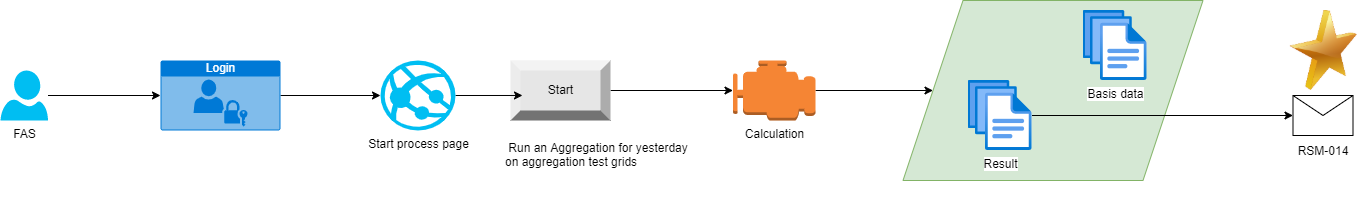
Earlier version of the draw.io export docs/RSM-014-roadmap.drawio.png (Energinet-DataHub/ARCHIVED-geh-aggregations). Source tidied: cells renumbered, new cells last; positions are measured from the earlier drawing's top-left corner, leaving out a move shared by most shapes. Its diagram source:
```xml
<mxGraphModel>
  <root>
    <mxCell id="0" />
    <mxCell id="1" parent="0" />
    <mxCell id="2" style="edgeStyle=orthogonalEdgeStyle;rounded=0;jettySize=auto;html=1;entryX=0;entryY=0.5;entryDx=0;entryDy=0;entryPerimeter=0;" parent="1" edge="1" source="3" target="6">
      <mxGeometry relative="1" as="geometry" />
    </mxCell>
    <mxCell id="3" value="Start" style="labelPosition=center;verticalLabelPosition=middle;align=center;html=1;shape=mxgraph.basic.shaded_button;dx=10;fillColor=#E6E6E6;strokeColor=none;" parent="1" vertex="1">
      <mxGeometry x="510" y="60" width="100" height="60" as="geometry" />
    </mxCell>
    <mxCell id="4" value="&lt;h1&gt;&lt;br&gt;&lt;/h1&gt;&lt;p&gt;&amp;nbsp;Run an Aggregation for yesterday on aggregation test grids&lt;/p&gt;" style="text;html=1;strokeColor=none;fillColor=none;spacing=5;spacingTop=-20;whiteSpace=wrap;overflow=hidden;rounded=0;" parent="1" vertex="1">
      <mxGeometry x="500" y="90" width="200" height="120" as="geometry" />
    </mxCell>
    <mxCell id="5" style="edgeStyle=orthogonalEdgeStyle;rounded=0;jettySize=auto;html=1;exitX=1;exitY=0.5;exitDx=0;exitDy=0;exitPerimeter=0;entryX=0;entryY=0.5;entryDx=0;entryDy=0;" parent="1" edge="1" source="6" target="8">
      <mxGeometry relative="1" as="geometry" />
    </mxCell>
    <mxCell id="6" value="Calculation" style="outlineConnect=0;dashed=0;verticalLabelPosition=bottom;verticalAlign=top;align=center;html=1;shape=mxgraph.aws3.emr_engine;fillColor=#F58534;gradientColor=none;" parent="1" vertex="1">
      <mxGeometry x="732.5" y="60" width="82.5" height="60" as="geometry" />
    </mxCell>
    <mxCell id="7" value="&lt;br&gt;&lt;br&gt;&lt;br&gt;&lt;br&gt;&lt;br&gt;RSM-014" style="shape=message;html=1;whiteSpace=wrap;html=1;outlineConnect=0;" parent="1" vertex="1">
      <mxGeometry x="1292.5" y="95" width="60" height="40" as="geometry" />
    </mxCell>
    <mxCell id="8" style="shape=parallelogram;perimeter=parallelogramPerimeter;whiteSpace=wrap;html=1;dashed=0;fillColor=#d5e8d4;strokeColor=#82b366;sketch=0;" parent="1" vertex="1">
      <mxGeometry x="902.5" width="300" height="180" as="geometry" />
    </mxCell>
    <mxCell id="9" style="edgeStyle=orthogonalEdgeStyle;rounded=0;jettySize=auto;html=1;entryX=0;entryY=0.5;entryDx=0;entryDy=0;" parent="1" edge="1" source="10" target="7">
      <mxGeometry relative="1" as="geometry" />
    </mxCell>
    <mxCell id="10" value="Result" style="html=1;points=[];align=center;image;fontSize=12;image=img/lib/azure2/general/Files.svg;" parent="1" vertex="1">
      <mxGeometry x="967.5" y="80" width="64" height="70" as="geometry" />
    </mxCell>
    <mxCell id="11" value="Basis data" style="html=1;align=center;image;fontSize=12;image=img/lib/azure2/general/Files.svg;" parent="1" vertex="1">
      <mxGeometry x="1082.5" y="10" width="64" height="70" as="geometry" />
    </mxCell>
    <mxCell id="12" style="edgeStyle=orthogonalEdgeStyle;rounded=0;jettySize=auto;html=1;entryX=0;entryY=0.5;entryDx=0;entryDy=0;entryPerimeter=0;" parent="1" edge="1" source="13" target="15">
      <mxGeometry relative="1" as="geometry" />
    </mxCell>
    <mxCell id="13" value="FAS" style="verticalLabelPosition=bottom;html=1;verticalAlign=top;align=center;strokeColor=none;fillColor=#00BEF2;shape=mxgraph.azure.user;sketch=0;" parent="1" vertex="1">
      <mxGeometry y="70" width="47.5" height="50" as="geometry" />
    </mxCell>
    <mxCell id="14" style="edgeStyle=orthogonalEdgeStyle;rounded=0;jettySize=auto;html=1;exitX=1;exitY=0.5;exitDx=0;exitDy=0;exitPerimeter=0;entryX=0;entryY=0.5;entryDx=0;entryDy=0;entryPerimeter=0;" parent="1" edge="1" source="15" target="17">
      <mxGeometry relative="1" as="geometry" />
    </mxCell>
    <mxCell id="15" value="Login" style="html=1;strokeColor=none;fillColor=#0079D6;labelPosition=center;verticalLabelPosition=middle;verticalAlign=top;align=center;fontSize=12;outlineConnect=0;spacingTop=-6;fontColor=#FFFFFF;sketch=0;shape=mxgraph.sitemap.login;" parent="1" vertex="1">
      <mxGeometry x="160" y="60" width="120" height="70" as="geometry" />
    </mxCell>
    <mxCell id="16" style="edgeStyle=orthogonalEdgeStyle;rounded=0;jettySize=auto;html=1;exitX=1;exitY=0.5;exitDx=0;exitDy=0;exitPerimeter=0;entryX=0.12;entryY=0.583;entryDx=0;entryDy=0;entryPerimeter=0;" parent="1" edge="1" source="17" target="3">
      <mxGeometry relative="1" as="geometry" />
    </mxCell>
    <mxCell id="17" value="Start process page" style="verticalLabelPosition=bottom;html=1;verticalAlign=top;align=center;strokeColor=none;fillColor=#00BEF2;shape=mxgraph.azure.azure_website;sketch=0;" parent="1" vertex="1">
      <mxGeometry x="380" y="60" width="75" height="70" as="geometry" />
    </mxCell>
    <mxCell id="18" style="image;html=1;image=img/lib/clip_art/general/Star_128x128.png;sketch=0;" parent="1" vertex="1">
      <mxGeometry x="1283" y="10" width="80" height="80" as="geometry" />
    </mxCell>
  </root>
</mxGraphModel>
```
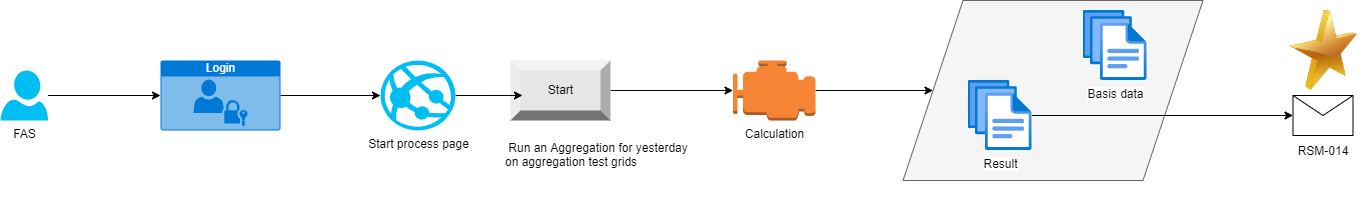
Later version of the same file.

What changed in the source:
```diff
@@ -20,7 +20,7 @@
     <mxCell id="7" value="&lt;br&gt;&lt;br&gt;&lt;br&gt;&lt;br&gt;&lt;br&gt;RSM-014" style="shape=message;html=1;whiteSpace=wrap;html=1;outlineConnect=0;" parent="1" vertex="1">
       <mxGeometry x="1292.5" y="95" width="60" height="40" as="geometry" />
     </mxCell>
-    <mxCell id="8" style="shape=parallelogram;perimeter=parallelogramPerimeter;whiteSpace=wrap;html=1;dashed=0;fillColor=#d5e8d4;strokeColor=#82b366;sketch=0;" parent="1" vertex="1">
+    <mxCell id="8" style="shape=parallelogram;perimeter=parallelogramPerimeter;whiteSpace=wrap;html=1;dashed=0;sketch=0;fillColor=#f5f5f5;fontColor=#333333;strokeColor=#666666;" parent="1" vertex="1">
       <mxGeometry x="902.5" width="300" height="180" as="geometry" />
     </mxCell>
     <mxCell id="9" style="edgeStyle=orthogonalEdgeStyle;rounded=0;jettySize=auto;html=1;entryX=0;entryY=0.5;entryDx=0;entryDy=0;" parent="1" edge="1" source="10" target="7">
```
